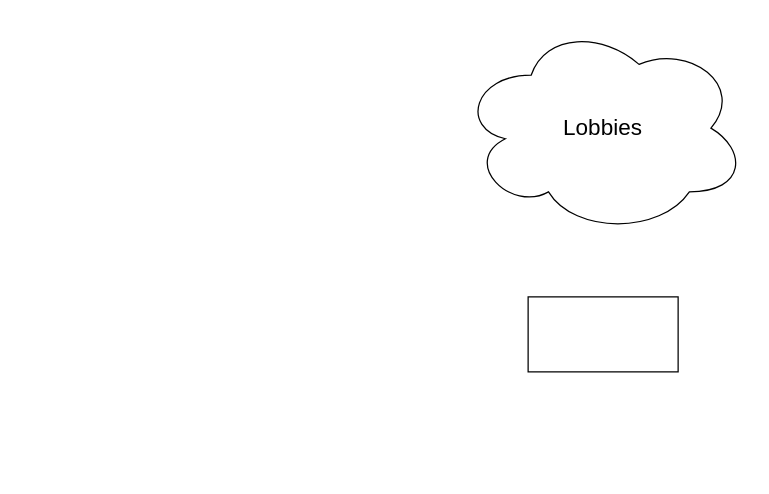
TheNochtgamer/NochtTests keeps this draw.io diagram as schemes/lobbies.drawio. Above is the earlier version. Source tidied: cells renumbered, new cells numbered last; positions are measured from the earlier drawing's top-left corner, leaving out a move shared by most shapes. Both pictures are drawn from the tidied source at 125%, with x=0, y=0 at pixel (459, 21).
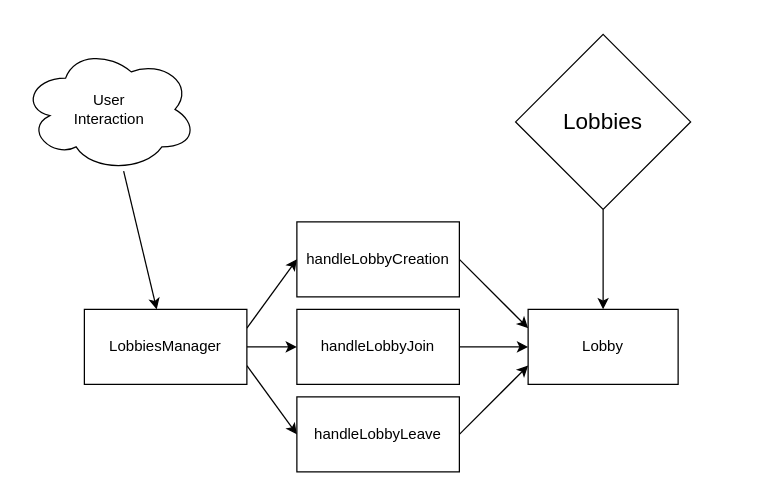
After the change.

Change to the diagram source:
```diff
@@
 <mxGraphModel>
   <root>
     <mxCell id="0" />
     <mxCell id="1" parent="0" />
+    <mxCell id="3" value="Lobby" style="rounded=0;whiteSpace=wrap;html=1;" parent="1" vertex="1">
+      <mxGeometry x="55" y="230" width="120" height="60" as="geometry" />
+    </mxCell>
+    <mxCell id="4" style="edgeStyle=none;html=1;" parent="1" edge="1" source="2" target="3">
+      <mxGeometry relative="1" as="geometry" />
+    </mxCell>
-    <mxCell id="2" value="Lobbies" style="ellipse;shape=cloud;whiteSpace=wrap;html=1;fontSize=18;" parent="1" vertex="1">
-      <mxGeometry width="230" height="170" as="geometry" />
+    <mxCell id="2" value="&lt;span style=&quot;font-size: 18px;&quot;&gt;Lobbies&lt;/span&gt;" style="rhombus;whiteSpace=wrap;html=1;" parent="1" vertex="1">
+      <mxGeometry x="45" y="10" width="140" height="140" as="geometry" />
     </mxCell>
-    <mxCell id="3" style="rounded=0;whiteSpace=wrap;html=1;" parent="1" vertex="1">
-      <mxGeometry x="55" y="220" width="120" height="60" as="geometry" />
-    </mxCell>
+    <mxCell id="5" style="edgeStyle=none;html=1;" parent="1" edge="1" source="6" target="16">
+      <mxGeometry relative="1" as="geometry" />
+    </mxCell>
+    <mxCell id="6" value="User&lt;br&gt;Interaction" style="ellipse;shape=cloud;whiteSpace=wrap;html=1;" parent="1" vertex="1">
+      <mxGeometry x="-350" y="20" width="140" height="100" as="geometry" />
+    </mxCell>
+    <mxCell id="7" style="edgeStyle=none;html=1;exitX=1;exitY=0.5;exitDx=0;exitDy=0;entryX=0;entryY=0.5;entryDx=0;entryDy=0;" parent="1" edge="1" source="8" target="3">
+      <mxGeometry relative="1" as="geometry" />
+    </mxCell>
+    <mxCell id="8" value="handleLobbyJoin" style="rounded=0;whiteSpace=wrap;html=1;" parent="1" vertex="1">
+      <mxGeometry x="-130" y="230" width="130" height="60" as="geometry" />
+    </mxCell>
+    <mxCell id="9" style="edgeStyle=none;html=1;exitX=1;exitY=0.5;exitDx=0;exitDy=0;entryX=0;entryY=0.75;entryDx=0;entryDy=0;" parent="1" edge="1" source="10" target="3">
+      <mxGeometry relative="1" as="geometry" />
+    </mxCell>
+    <mxCell id="10" value="handleLobbyLeave" style="rounded=0;whiteSpace=wrap;html=1;" parent="1" vertex="1">
+      <mxGeometry x="-130" y="300" width="130" height="60" as="geometry" />
+    </mxCell>
+    <mxCell id="11" style="edgeStyle=none;html=1;exitX=1;exitY=0.5;exitDx=0;exitDy=0;entryX=0;entryY=0.25;entryDx=0;entryDy=0;" parent="1" edge="1" source="12" target="3">
+      <mxGeometry relative="1" as="geometry" />
+    </mxCell>
+    <mxCell id="12" value="handleLobbyCreation" style="rounded=0;whiteSpace=wrap;html=1;" parent="1" vertex="1">
+      <mxGeometry x="-130" y="160" width="130" height="60" as="geometry" />
+    </mxCell>
+    <mxCell id="13" style="edgeStyle=none;html=1;" parent="1" edge="1" source="16" target="8">
+      <mxGeometry relative="1" as="geometry" />
+    </mxCell>
+    <mxCell id="14" style="edgeStyle=none;html=1;exitX=1;exitY=0.25;exitDx=0;exitDy=0;entryX=0;entryY=0.5;entryDx=0;entryDy=0;" parent="1" edge="1" source="16" target="12">
+      <mxGeometry relative="1" as="geometry" />
+    </mxCell>
+    <mxCell id="15" style="edgeStyle=none;html=1;exitX=1;exitY=0.75;exitDx=0;exitDy=0;entryX=0;entryY=0.5;entryDx=0;entryDy=0;" parent="1" edge="1" source="16" target="10">
+      <mxGeometry relative="1" as="geometry" />
+    </mxCell>
+    <mxCell id="16" value="LobbiesManager" style="rounded=0;whiteSpace=wrap;html=1;" parent="1" vertex="1">
+      <mxGeometry x="-300" y="230" width="130" height="60" as="geometry" />
+    </mxCell>
   </root>
 </mxGraphModel>
```
